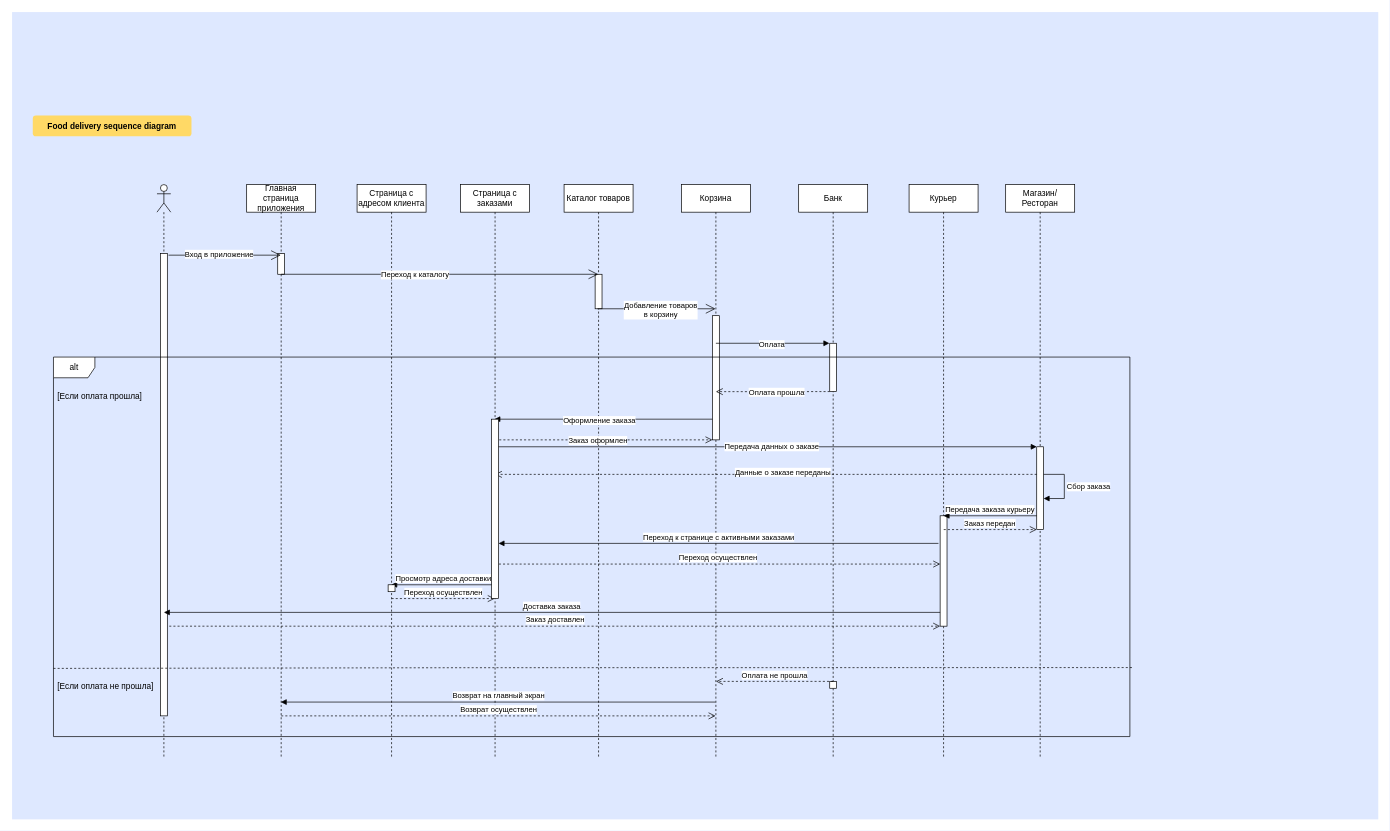
Before: Диаграмма без названия.drawio in vasslin/Programming-Technologies-3, a draw.io diagram. Source tidied: cells renumbered, new cells numbered last; positions are measured from the earlier drawing's top-left corner, leaving out a move shared by most shapes. Both pictures are drawn from the tidied source at 69%, with x=0, y=0 at pixel (12, 12).
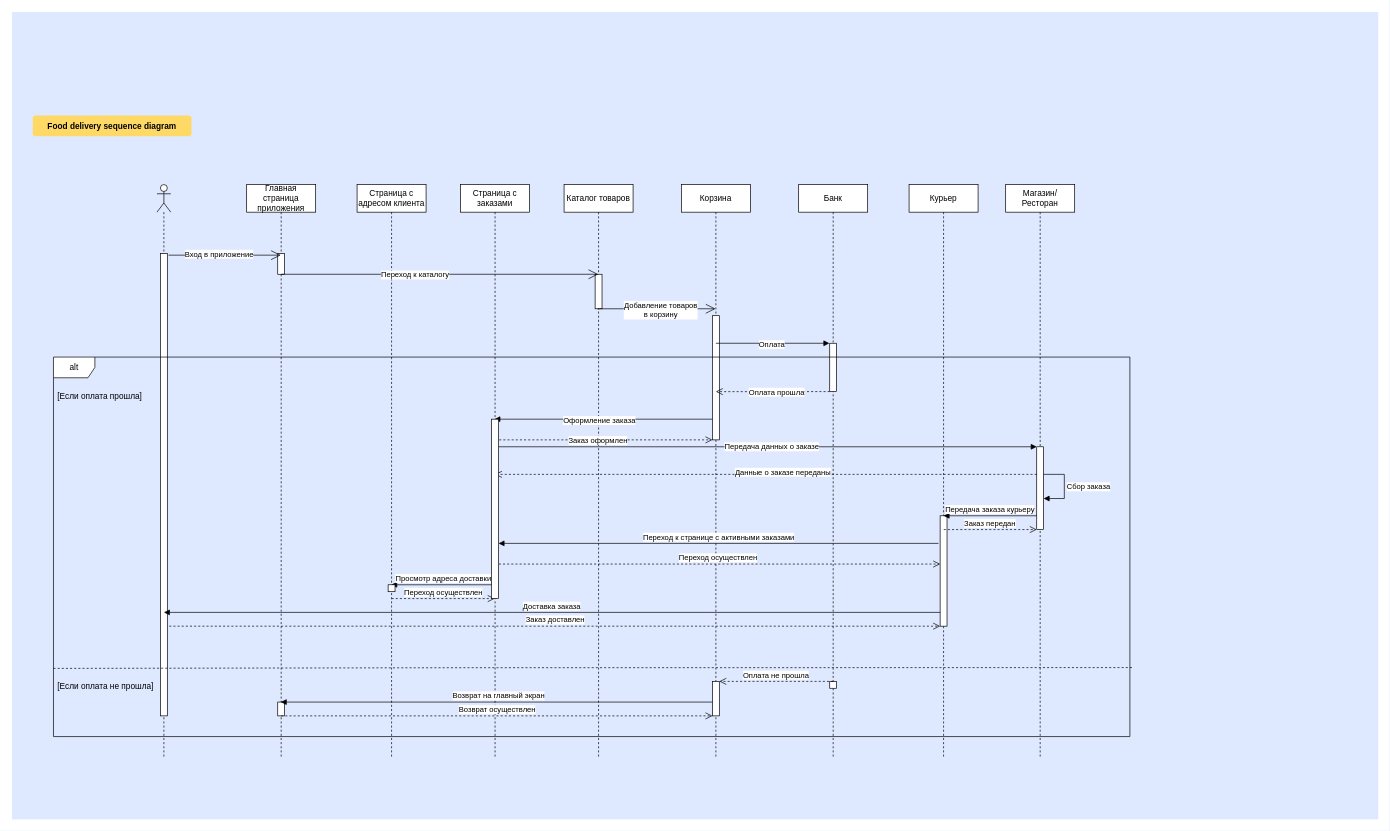
After the change.

Commit message:
sequence diagram

The change refers to these unchanged cells:
```xml
<mxCell id="4" value="Главная страница приложения" style="shape=umlLifeline;perimeter=lifelinePerimeter;whiteSpace=wrap;html=1;outlineConnect=0;portConstraint=eastwest;newEdgeStyle={&quot;curved&quot;:0,&quot;rounded&quot;:0};" parent="1" vertex="1">
  <mxGeometry x="340" y="250" width="100" height="830" as="geometry" />
</mxCell>
<mxCell id="8" value="Корзина" style="shape=umlLifeline;perimeter=lifelinePerimeter;whiteSpace=wrap;html=1;outlineConnect=0;portConstraint=eastwest;newEdgeStyle={&quot;curved&quot;:0,&quot;rounded&quot;:0};" parent="1" vertex="1">
  <mxGeometry x="970" y="250" width="100" height="830" as="geometry" />
</mxCell>
```

Diff of the diagram source:
```diff
@@
+    <mxCell id="59" style="html=1;perimeter=orthogonalPerimeter;targetShapes=umlLifeline;newEdgeStyle={&quot;curved&quot;:0,&quot;rounded&quot;:0};" parent="4" vertex="1">
+      <mxGeometry x="45" y="750" width="10" height="20" as="geometry" />
+    </mxCell>
@@
-    <mxCell id="56" value="Оплата не прошла" style="html=1;verticalAlign=bottom;endArrow=open;dashed=1;endSize=8;curved=0;rounded=0;" parent="1" edge="1">
+    <mxCell id="56" value="Оплата не прошла" style="html=1;verticalAlign=bottom;endArrow=open;dashed=1;endSize=8;curved=0;rounded=0;" parent="1" edge="1" target="60">
       <mxGeometry relative="1" as="geometry">
         <mxPoint x="1190" y="970" as="sourcePoint" />
-        <mxPoint x="1020.2" y="970" as="targetPoint" />
       </mxGeometry>
     </mxCell>
@@
-    <mxCell id="58" value="Возврат осуществлен" style="html=1;verticalAlign=bottom;endArrow=open;dashed=1;endSize=8;curved=0;rounded=0;" parent="1" edge="1" target="8">
+    <mxCell id="58" value="Возврат осуществлен" style="html=1;verticalAlign=bottom;endArrow=open;dashed=1;endSize=8;curved=0;rounded=0;" parent="1" edge="1" target="60">
       <mxGeometry relative="1" as="geometry">
         <mxPoint x="390" y="1020" as="sourcePoint" />
       </mxGeometry>
     </mxCell>
+    <mxCell id="60" style="html=1;points=[[0,0,0,0,5],[0,1,0,0,-5],[1,0,0,0,5],[1,1,0,0,-5]];perimeter=orthogonalPerimeter;outlineConnect=0;targetShapes=umlLifeline;portConstraint=eastwest;newEdgeStyle={&quot;curved&quot;:0,&quot;rounded&quot;:0};" parent="1" vertex="1">
+      <mxGeometry x="1015" y="970" width="10" height="50" as="geometry" />
+    </mxCell>
```
